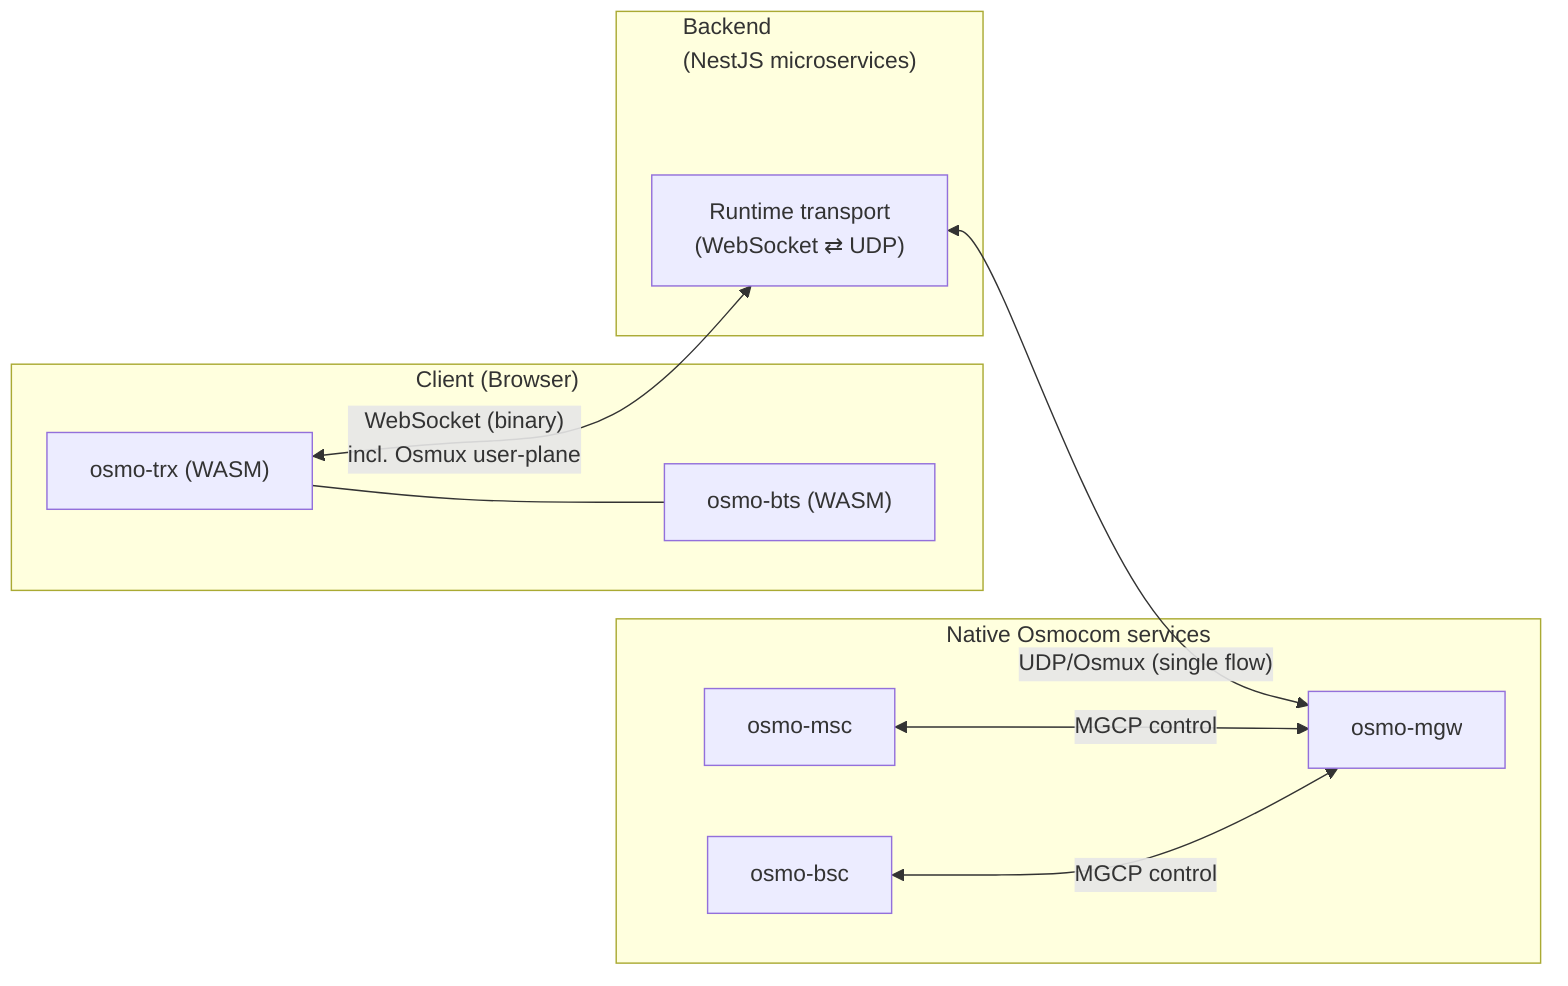
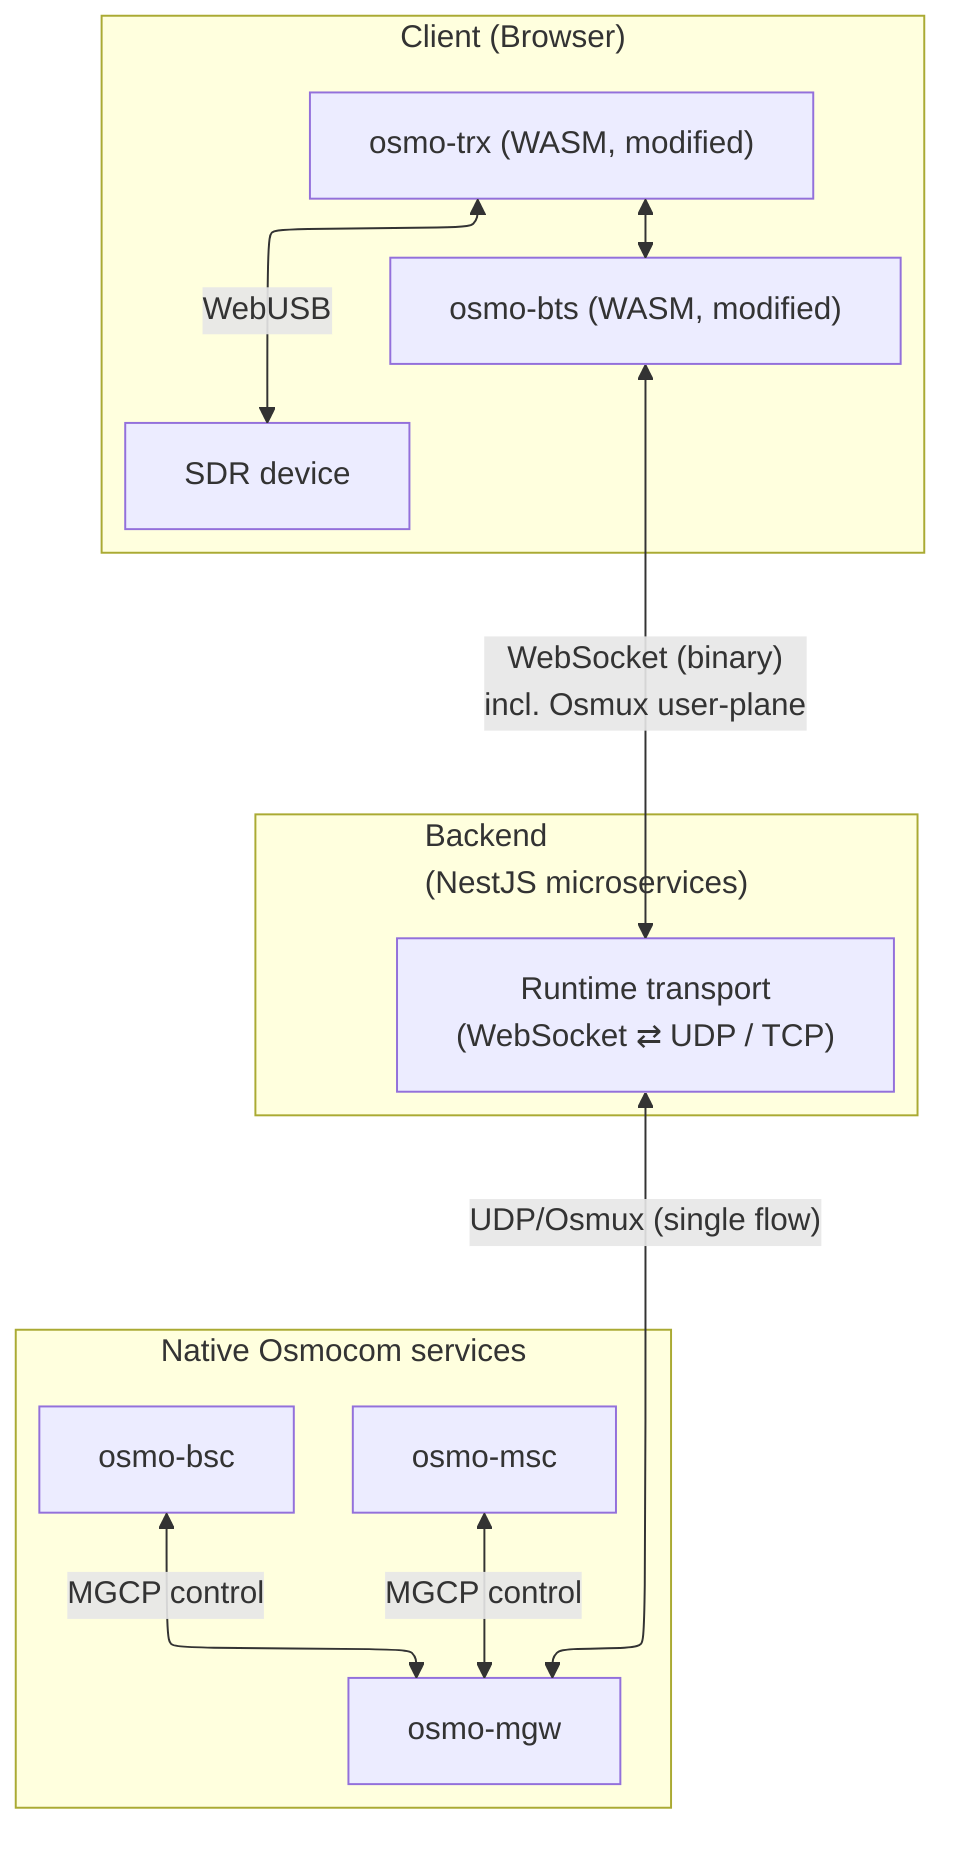
- flowchart LR
+ ---
+ config:
+   layout: elk
+ ---
+ flowchart TB
  subgraph Browser["Client (Browser)"]
-     TRX["osmo-trx (WASM)"]
-     BTS["osmo-bts (WASM)"]
-     TRX --- BTS
+     TRX["osmo-trx (WASM, modified)"]
+     BTS["osmo-bts (WASM, modified)"]
+     SDR["SDR device"]
+     TRX <--> BTS
+     TRX <--> |"WebUSB"| SDR
  end

  subgraph Backend["Backend<br/>(NestJS microservices)"]
    DUMMY(" ")
-     RTS["Runtime transport<br/>(WebSocket ⇄ UDP)"]
+     RTS["Runtime transport<br/>(WebSocket ⇄ UDP / TCP)"]
    style DUMMY fill:transparent,stroke:transparent
  end

  subgraph Osmocom["Native Osmocom services"]
    MGW["osmo-mgw"]
    MSC["osmo-msc"]
    BSC["osmo-bsc"]
  end

-   TRX <--> |"WebSocket (binary)<br/>incl. Osmux user-plane"| RTS
+   BTS <--> |"WebSocket (binary)<br/>incl. Osmux user-plane"| RTS
  RTS <--> |"UDP/Osmux (single flow)"| MGW

  MSC <--> |"MGCP control"| MGW
  BSC <--> |"MGCP control"| MGW
